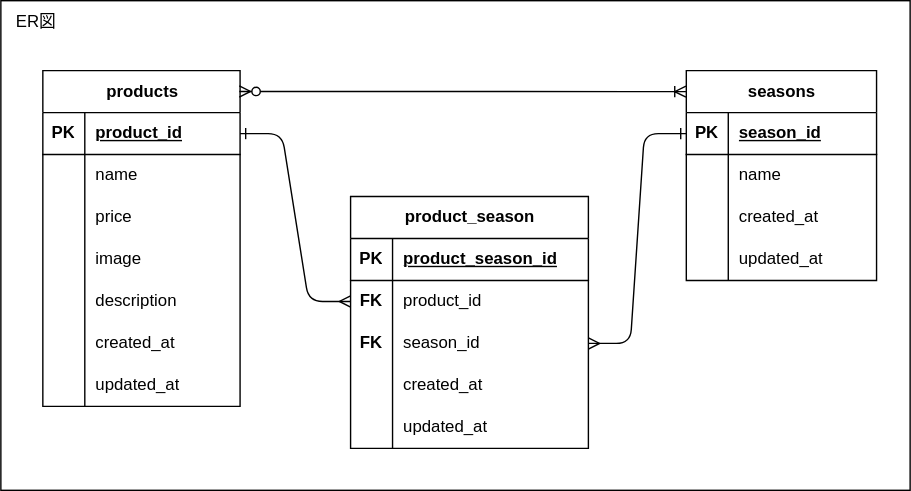
This is mogitate-er.drawio.svg from mutoryoko/MOGITATE, a draw.io export, as it was before one commit. Source tidied: cells renumbered, new cells last; positions are measured from the earlier drawing's top-left corner, leaving out a move shared by most shapes. Source of this version:
```xml
<mxGraphModel>
  <root>
    <mxCell id="0" />
    <mxCell id="1" parent="0" />
    <mxCell id="2" style="rounded=0;whiteSpace=wrap;html=1;" parent="1" vertex="1">
      <mxGeometry width="650" height="350" as="geometry" />
    </mxCell>
    <mxCell id="3" value="ER図" style="text;html=1;align=center;verticalAlign=middle;strokeColor=none;fillColor=none;" parent="1" vertex="1">
      <mxGeometry width="50" height="30" as="geometry" />
    </mxCell>
    <mxCell id="4" value="products" style="shape=table;startSize=30;rowLines=0;fontStyle=1;align=center;html=1;" parent="1" vertex="1">
      <mxGeometry x="30" y="50" width="141" height="240" as="geometry" />
    </mxCell>
    <mxCell id="5" style="shape=tableRow;horizontal=0;startSize=0;swimlaneHead=0;swimlaneBody=0;fillColor=none;points=[[0,0.5],[1,0.5]];portConstraint=eastwest;top=0;left=0;right=0;bottom=1;" parent="4" vertex="1">
      <mxGeometry y="30" width="141" height="30" as="geometry" />
    </mxCell>
    <mxCell id="6" value="PK" style="shape=partialRectangle;fillColor=none;top=0;left=0;bottom=0;right=0;fontStyle=1;overflow=hidden;whiteSpace=wrap;html=1;" parent="5" vertex="1">
      <mxGeometry width="30" height="30" as="geometry" />
    </mxCell>
    <mxCell id="7" value="product_id" style="shape=partialRectangle;fillColor=none;top=0;left=0;bottom=0;right=0;align=left;spacingLeft=6;fontStyle=5;overflow=hidden;whiteSpace=wrap;html=1;" parent="5" vertex="1">
      <mxGeometry x="30" width="111" height="30" as="geometry" />
    </mxCell>
    <mxCell id="8" style="shape=tableRow;horizontal=0;startSize=0;swimlaneHead=0;swimlaneBody=0;fillColor=none;top=0;left=0;right=0;bottom=0;" parent="4" vertex="1">
      <mxGeometry y="60" width="141" height="30" as="geometry" />
    </mxCell>
    <mxCell id="9" style="shape=partialRectangle;fillColor=none;top=0;left=0;bottom=0;right=0;overflow=hidden;whiteSpace=wrap;html=1;" parent="8" vertex="1">
      <mxGeometry width="30" height="30" as="geometry" />
    </mxCell>
    <mxCell id="10" value="name" style="shape=partialRectangle;fillColor=none;top=0;left=0;bottom=0;right=0;align=left;spacingLeft=6;overflow=hidden;whiteSpace=wrap;html=1;" parent="8" vertex="1">
      <mxGeometry x="30" width="111" height="30" as="geometry" />
    </mxCell>
    <mxCell id="11" style="shape=tableRow;horizontal=0;startSize=0;swimlaneHead=0;swimlaneBody=0;fillColor=none;top=0;left=0;right=0;bottom=0;" parent="4" vertex="1">
      <mxGeometry y="90" width="141" height="30" as="geometry" />
    </mxCell>
    <mxCell id="12" style="shape=partialRectangle;fillColor=none;top=0;left=0;bottom=0;right=0;overflow=hidden;whiteSpace=wrap;html=1;" parent="11" vertex="1">
      <mxGeometry width="30" height="30" as="geometry" />
    </mxCell>
    <mxCell id="13" value="price" style="shape=partialRectangle;fillColor=none;top=0;left=0;bottom=0;right=0;align=left;spacingLeft=6;overflow=hidden;whiteSpace=wrap;html=1;" parent="11" vertex="1">
      <mxGeometry x="30" width="111" height="30" as="geometry" />
    </mxCell>
    <mxCell id="14" style="shape=tableRow;horizontal=0;startSize=0;swimlaneHead=0;swimlaneBody=0;fillColor=none;top=0;left=0;right=0;bottom=0;" parent="4" vertex="1">
      <mxGeometry y="120" width="141" height="30" as="geometry" />
    </mxCell>
    <mxCell id="15" style="shape=partialRectangle;fillColor=none;top=0;left=0;bottom=0;right=0;overflow=hidden;whiteSpace=wrap;html=1;" parent="14" vertex="1">
      <mxGeometry width="30" height="30" as="geometry" />
    </mxCell>
    <mxCell id="16" value="image" style="shape=partialRectangle;fillColor=none;top=0;left=0;bottom=0;right=0;align=left;spacingLeft=6;overflow=hidden;whiteSpace=wrap;html=1;" parent="14" vertex="1">
      <mxGeometry x="30" width="111" height="30" as="geometry" />
    </mxCell>
    <mxCell id="17" style="shape=tableRow;horizontal=0;startSize=0;swimlaneHead=0;swimlaneBody=0;fillColor=none;top=0;left=0;right=0;bottom=0;" parent="4" vertex="1">
      <mxGeometry y="150" width="141" height="30" as="geometry" />
    </mxCell>
    <mxCell id="18" style="shape=partialRectangle;fillColor=none;top=0;left=0;bottom=0;right=0;overflow=hidden;whiteSpace=wrap;html=1;" parent="17" vertex="1">
      <mxGeometry width="30" height="30" as="geometry" />
    </mxCell>
    <mxCell id="19" value="description" style="shape=partialRectangle;fillColor=none;top=0;left=0;bottom=0;right=0;align=left;spacingLeft=6;overflow=hidden;whiteSpace=wrap;html=1;" parent="17" vertex="1">
      <mxGeometry x="30" width="111" height="30" as="geometry" />
    </mxCell>
    <mxCell id="20" style="shape=tableRow;horizontal=0;startSize=0;swimlaneHead=0;swimlaneBody=0;fillColor=none;top=0;left=0;right=0;bottom=0;" parent="4" vertex="1">
      <mxGeometry y="180" width="141" height="30" as="geometry" />
    </mxCell>
    <mxCell id="21" style="shape=partialRectangle;fillColor=none;top=0;left=0;bottom=0;right=0;overflow=hidden;whiteSpace=wrap;html=1;" parent="20" vertex="1">
      <mxGeometry width="30" height="30" as="geometry" />
    </mxCell>
    <mxCell id="22" value="created_at" style="shape=partialRectangle;fillColor=none;top=0;left=0;bottom=0;right=0;align=left;spacingLeft=6;overflow=hidden;whiteSpace=wrap;html=1;" parent="20" vertex="1">
      <mxGeometry x="30" width="111" height="30" as="geometry" />
    </mxCell>
    <mxCell id="23" style="shape=tableRow;horizontal=0;startSize=0;swimlaneHead=0;swimlaneBody=0;fillColor=none;top=0;left=0;right=0;bottom=0;" parent="4" vertex="1">
      <mxGeometry y="210" width="141" height="30" as="geometry" />
    </mxCell>
    <mxCell id="24" style="shape=partialRectangle;fillColor=none;top=0;left=0;bottom=0;right=0;overflow=hidden;whiteSpace=wrap;html=1;" parent="23" vertex="1">
      <mxGeometry width="30" height="30" as="geometry" />
    </mxCell>
    <mxCell id="25" value="updated_at" style="shape=partialRectangle;fillColor=none;top=0;left=0;bottom=0;right=0;align=left;spacingLeft=6;overflow=hidden;whiteSpace=wrap;html=1;" parent="23" vertex="1">
      <mxGeometry x="30" width="111" height="30" as="geometry" />
    </mxCell>
    <mxCell id="26" value="seasons" style="shape=table;startSize=30;rowLines=0;fontStyle=1;align=center;html=1;" parent="1" vertex="1">
      <mxGeometry x="490" y="50" width="136" height="150" as="geometry" />
    </mxCell>
    <mxCell id="27" style="shape=tableRow;horizontal=0;startSize=0;swimlaneHead=0;swimlaneBody=0;fillColor=none;points=[[0,0.5],[1,0.5]];portConstraint=eastwest;top=0;left=0;right=0;bottom=1;" parent="26" vertex="1">
      <mxGeometry y="30" width="136" height="30" as="geometry" />
    </mxCell>
    <mxCell id="28" value="PK" style="shape=partialRectangle;fillColor=none;top=0;left=0;bottom=0;right=0;fontStyle=1;overflow=hidden;whiteSpace=wrap;html=1;" parent="27" vertex="1">
      <mxGeometry width="30" height="30" as="geometry" />
    </mxCell>
    <mxCell id="29" value="season_id" style="shape=partialRectangle;fillColor=none;top=0;left=0;bottom=0;right=0;align=left;spacingLeft=6;fontStyle=5;overflow=hidden;whiteSpace=wrap;html=1;" parent="27" vertex="1">
      <mxGeometry x="30" width="106" height="30" as="geometry" />
    </mxCell>
    <mxCell id="30" style="shape=tableRow;horizontal=0;startSize=0;swimlaneHead=0;swimlaneBody=0;fillColor=none;top=0;left=0;right=0;bottom=0;" parent="26" vertex="1">
      <mxGeometry y="60" width="136" height="30" as="geometry" />
    </mxCell>
    <mxCell id="31" style="shape=partialRectangle;fillColor=none;top=0;left=0;bottom=0;right=0;overflow=hidden;whiteSpace=wrap;html=1;" parent="30" vertex="1">
      <mxGeometry width="30" height="30" as="geometry" />
    </mxCell>
    <mxCell id="32" value="name" style="shape=partialRectangle;fillColor=none;top=0;left=0;bottom=0;right=0;align=left;spacingLeft=6;overflow=hidden;whiteSpace=wrap;html=1;" parent="30" vertex="1">
      <mxGeometry x="30" width="106" height="30" as="geometry" />
    </mxCell>
    <mxCell id="33" style="shape=tableRow;horizontal=0;startSize=0;swimlaneHead=0;swimlaneBody=0;fillColor=none;top=0;left=0;right=0;bottom=0;" parent="26" vertex="1">
      <mxGeometry y="90" width="136" height="30" as="geometry" />
    </mxCell>
    <mxCell id="34" style="shape=partialRectangle;fillColor=none;top=0;left=0;bottom=0;right=0;overflow=hidden;whiteSpace=wrap;html=1;" parent="33" vertex="1">
      <mxGeometry width="30" height="30" as="geometry" />
    </mxCell>
    <mxCell id="35" value="created_at" style="shape=partialRectangle;fillColor=none;top=0;left=0;bottom=0;right=0;align=left;spacingLeft=6;overflow=hidden;whiteSpace=wrap;html=1;" parent="33" vertex="1">
      <mxGeometry x="30" width="106" height="30" as="geometry" />
    </mxCell>
    <mxCell id="36" style="shape=tableRow;horizontal=0;startSize=0;swimlaneHead=0;swimlaneBody=0;fillColor=none;top=0;left=0;right=0;bottom=0;" parent="26" vertex="1">
      <mxGeometry y="120" width="136" height="30" as="geometry" />
    </mxCell>
    <mxCell id="37" style="shape=partialRectangle;fillColor=none;top=0;left=0;bottom=0;right=0;overflow=hidden;whiteSpace=wrap;html=1;" parent="36" vertex="1">
      <mxGeometry width="30" height="30" as="geometry" />
    </mxCell>
    <mxCell id="38" value="updated_at" style="shape=partialRectangle;fillColor=none;top=0;left=0;bottom=0;right=0;align=left;spacingLeft=6;overflow=hidden;whiteSpace=wrap;html=1;" parent="36" vertex="1">
      <mxGeometry x="30" width="106" height="30" as="geometry" />
    </mxCell>
    <mxCell id="39" value="product_season" style="shape=table;startSize=30;rowLines=0;fontStyle=1;align=center;html=1;" parent="1" vertex="1">
      <mxGeometry x="250" y="140" width="170" height="180" as="geometry" />
    </mxCell>
    <mxCell id="40" style="shape=tableRow;horizontal=0;startSize=0;swimlaneHead=0;swimlaneBody=0;fillColor=none;top=0;left=0;right=0;bottom=1;" parent="39" vertex="1">
      <mxGeometry y="30" width="170" height="30" as="geometry" />
    </mxCell>
    <mxCell id="41" value="PK" style="shape=partialRectangle;fillColor=none;top=0;left=0;bottom=0;right=0;fontStyle=1;overflow=hidden;whiteSpace=wrap;html=1;" parent="40" vertex="1">
      <mxGeometry width="30" height="30" as="geometry" />
    </mxCell>
    <mxCell id="42" value="product_season_id" style="shape=partialRectangle;fillColor=none;top=0;left=0;bottom=0;right=0;align=left;spacingLeft=6;fontStyle=5;overflow=hidden;whiteSpace=wrap;html=1;" parent="40" vertex="1">
      <mxGeometry x="30" width="140" height="30" as="geometry" />
    </mxCell>
    <mxCell id="43" style="shape=tableRow;horizontal=0;startSize=0;swimlaneHead=0;swimlaneBody=0;fillColor=none;points=[[0,0.5],[1,0.5]];portConstraint=eastwest;top=0;left=0;right=0;bottom=0;" parent="39" vertex="1">
      <mxGeometry y="60" width="170" height="30" as="geometry" />
    </mxCell>
    <mxCell id="44" value="&lt;b&gt;FK&lt;/b&gt;" style="shape=partialRectangle;fillColor=none;top=0;left=0;bottom=0;right=0;overflow=hidden;whiteSpace=wrap;html=1;" parent="43" vertex="1">
      <mxGeometry width="30" height="30" as="geometry" />
    </mxCell>
    <mxCell id="45" value="product_id" style="shape=partialRectangle;fillColor=none;top=0;left=0;bottom=0;right=0;align=left;spacingLeft=6;overflow=hidden;whiteSpace=wrap;html=1;" parent="43" vertex="1">
      <mxGeometry x="30" width="140" height="30" as="geometry" />
    </mxCell>
    <mxCell id="46" style="shape=tableRow;horizontal=0;startSize=0;swimlaneHead=0;swimlaneBody=0;fillColor=none;points=[[0,0.5],[1,0.5]];portConstraint=eastwest;top=0;left=0;right=0;bottom=0;" parent="39" vertex="1">
      <mxGeometry y="90" width="170" height="30" as="geometry" />
    </mxCell>
    <mxCell id="47" value="&lt;b&gt;FK&lt;/b&gt;" style="shape=partialRectangle;fillColor=none;top=0;left=0;bottom=0;right=0;overflow=hidden;whiteSpace=wrap;html=1;" parent="46" vertex="1">
      <mxGeometry width="30" height="30" as="geometry" />
    </mxCell>
    <mxCell id="48" value="season_id" style="shape=partialRectangle;fillColor=none;top=0;left=0;bottom=0;right=0;align=left;spacingLeft=6;overflow=hidden;whiteSpace=wrap;html=1;" parent="46" vertex="1">
      <mxGeometry x="30" width="140" height="30" as="geometry" />
    </mxCell>
    <mxCell id="49" style="shape=tableRow;horizontal=0;startSize=0;swimlaneHead=0;swimlaneBody=0;fillColor=none;top=0;left=0;right=0;bottom=0;" parent="39" vertex="1">
      <mxGeometry y="120" width="170" height="30" as="geometry" />
    </mxCell>
    <mxCell id="50" style="shape=partialRectangle;fillColor=none;top=0;left=0;bottom=0;right=0;overflow=hidden;whiteSpace=wrap;html=1;" parent="49" vertex="1">
      <mxGeometry width="30" height="30" as="geometry" />
    </mxCell>
    <mxCell id="51" value="created_at" style="shape=partialRectangle;fillColor=none;top=0;left=0;bottom=0;right=0;align=left;spacingLeft=6;overflow=hidden;whiteSpace=wrap;html=1;" parent="49" vertex="1">
      <mxGeometry x="30" width="140" height="30" as="geometry" />
    </mxCell>
    <mxCell id="52" style="shape=tableRow;horizontal=0;startSize=0;swimlaneHead=0;swimlaneBody=0;fillColor=none;top=0;left=0;right=0;bottom=0;" parent="39" vertex="1">
      <mxGeometry y="150" width="170" height="30" as="geometry" />
    </mxCell>
    <mxCell id="53" style="shape=partialRectangle;fillColor=none;top=0;left=0;bottom=0;right=0;overflow=hidden;whiteSpace=wrap;html=1;" parent="52" vertex="1">
      <mxGeometry width="30" height="30" as="geometry" />
    </mxCell>
    <mxCell id="54" value="updated_at" style="shape=partialRectangle;fillColor=none;top=0;left=0;bottom=0;right=0;align=left;spacingLeft=6;overflow=hidden;whiteSpace=wrap;html=1;" parent="52" vertex="1">
      <mxGeometry x="30" width="140" height="30" as="geometry" />
    </mxCell>
    <mxCell id="55" style="edgeStyle=entityRelationEdgeStyle;fontSize=12;html=1;endArrow=ERoneToMany;startArrow=ERzeroToMany;exitX=0.996;exitY=0.062;exitDx=0;exitDy=0;exitPerimeter=0;entryX=-0.002;entryY=0.1;entryDx=0;entryDy=0;entryPerimeter=0;" parent="1" edge="1" source="4" target="26">
      <mxGeometry relative="1" as="geometry">
        <Array as="points">
          <mxPoint x="300" y="40" />
          <mxPoint x="330" y="50" />
        </Array>
      </mxGeometry>
    </mxCell>
    <mxCell id="56" style="edgeStyle=entityRelationEdgeStyle;fontSize=12;html=1;endArrow=ERmany;startArrow=ERone;startFill=0;entryX=0;entryY=0.5;entryDx=0;entryDy=0;exitX=1;exitY=0.5;exitDx=0;exitDy=0;" parent="1" edge="1" source="5" target="43">
      <mxGeometry relative="1" as="geometry" />
    </mxCell>
    <mxCell id="57" style="edgeStyle=entityRelationEdgeStyle;fontSize=12;html=1;endArrow=ERone;endFill=0;startArrow=ERmany;startFill=0;exitX=1;exitY=0.5;exitDx=0;exitDy=0;entryX=0;entryY=0.5;entryDx=0;entryDy=0;" parent="1" edge="1" source="46" target="27">
      <mxGeometry relative="1" as="geometry" />
    </mxCell>
  </root>
</mxGraphModel>
```
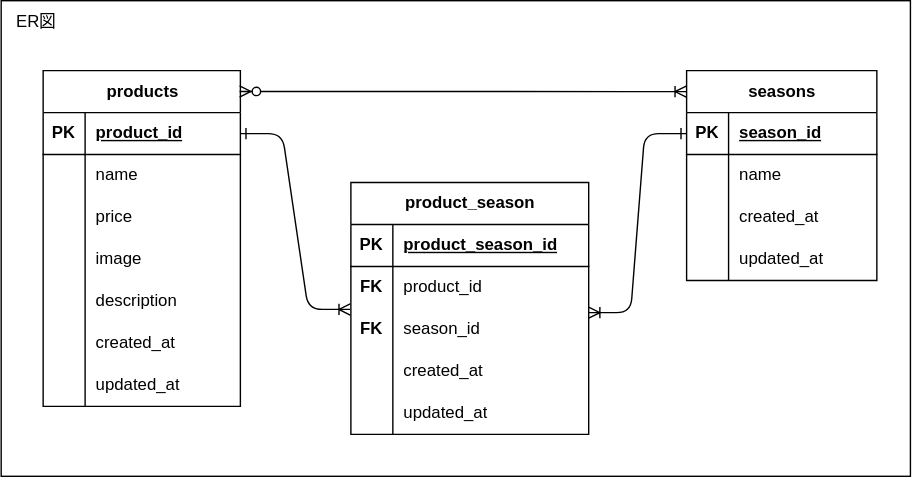
The same file after the commit.

The edit, as a diff of the source:
```diff
@@ -3,7 +3,7 @@
     <mxCell id="0" />
     <mxCell id="1" parent="0" />
     <mxCell id="2" style="rounded=0;whiteSpace=wrap;html=1;" parent="1" vertex="1">
-      <mxGeometry width="650" height="350" as="geometry" />
+      <mxGeometry width="650" height="340" as="geometry" />
     </mxCell>
     <mxCell id="3" value="ER図" style="text;html=1;align=center;verticalAlign=middle;strokeColor=none;fillColor=none;" parent="1" vertex="1">
       <mxGeometry width="50" height="30" as="geometry" />
@@ -114,7 +114,7 @@
       <mxGeometry x="30" width="106" height="30" as="geometry" />
     </mxCell>
     <mxCell id="39" value="product_season" style="shape=table;startSize=30;rowLines=0;fontStyle=1;align=center;html=1;" parent="1" vertex="1">
-      <mxGeometry x="250" y="140" width="170" height="180" as="geometry" />
+      <mxGeometry x="250" y="130" width="170" height="180" as="geometry" />
     </mxCell>
     <mxCell id="40" style="shape=tableRow;horizontal=0;startSize=0;swimlaneHead=0;swimlaneBody=0;fillColor=none;top=0;left=0;right=0;bottom=1;" parent="39" vertex="1">
       <mxGeometry y="30" width="170" height="30" as="geometry" />
@@ -169,11 +169,13 @@
         </Array>
       </mxGeometry>
     </mxCell>
-    <mxCell id="56" style="edgeStyle=entityRelationEdgeStyle;fontSize=12;html=1;endArrow=ERmany;startArrow=ERone;startFill=0;entryX=0;entryY=0.5;entryDx=0;entryDy=0;exitX=1;exitY=0.5;exitDx=0;exitDy=0;" parent="1" edge="1" source="5" target="43">
+    <mxCell id="56" style="edgeStyle=entityRelationEdgeStyle;fontSize=12;html=1;endArrow=ERoneToMany;startArrow=ERone;startFill=0;entryX=-0.003;entryY=0.023;entryDx=0;entryDy=0;exitX=1;exitY=0.5;exitDx=0;exitDy=0;entryPerimeter=0;endFill=0;" parent="1" edge="1" source="5" target="46">
       <mxGeometry relative="1" as="geometry" />
     </mxCell>
-    <mxCell id="57" style="edgeStyle=entityRelationEdgeStyle;fontSize=12;html=1;endArrow=ERone;endFill=0;startArrow=ERmany;startFill=0;exitX=1;exitY=0.5;exitDx=0;exitDy=0;entryX=0;entryY=0.5;entryDx=0;entryDy=0;" parent="1" edge="1" source="46" target="27">
-      <mxGeometry relative="1" as="geometry" />
+    <mxCell id="57" style="edgeStyle=entityRelationEdgeStyle;fontSize=12;html=1;endArrow=ERone;endFill=0;startArrow=ERoneToMany;startFill=0;entryX=0;entryY=0.5;entryDx=0;entryDy=0;" parent="1" edge="1" target="27">
+      <mxGeometry relative="1" as="geometry">
+        <mxPoint x="420" y="223" as="sourcePoint" />
+      </mxGeometry>
     </mxCell>
   </root>
 </mxGraphModel>
```
